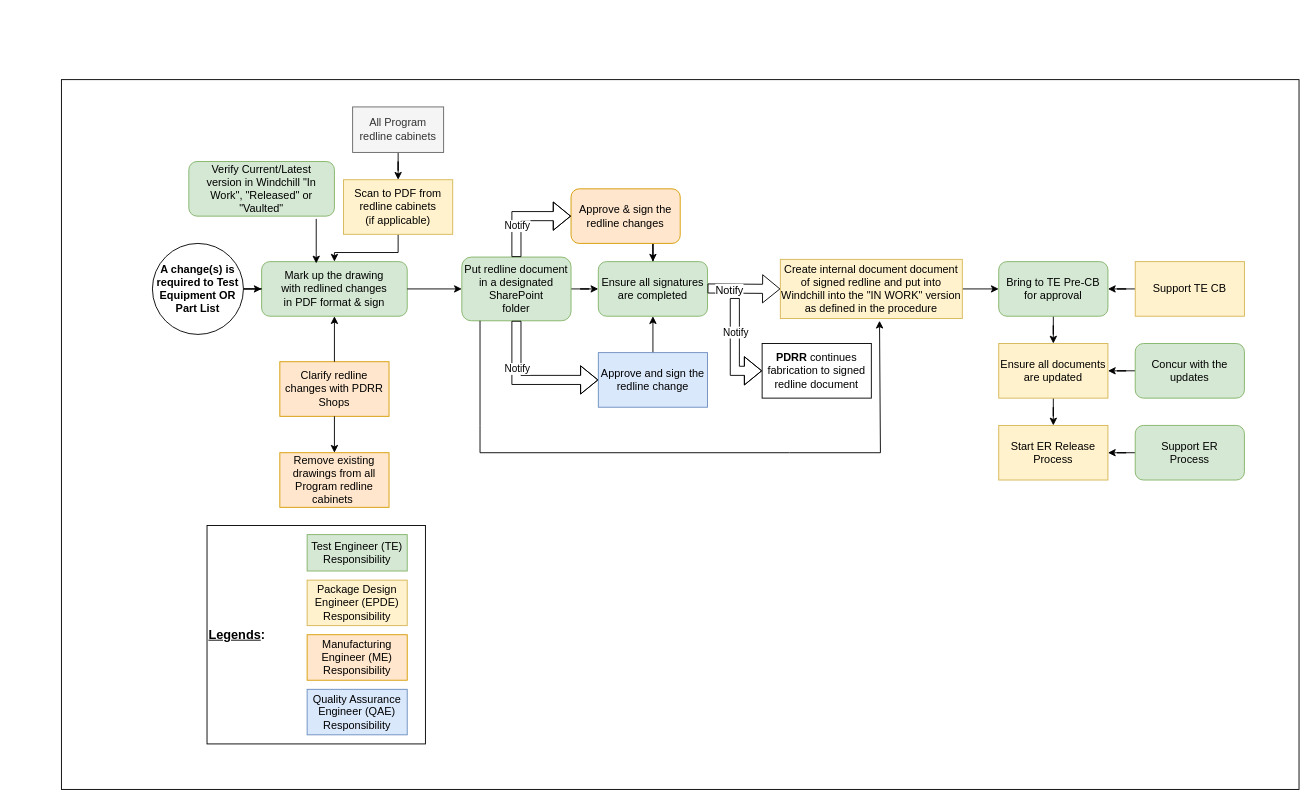
Above: Untitled Diagram.drawio in lnguyen921/UTA (draw.io), before the change. Source tidied: cells renumbered, new cells numbered last; positions are measured from the earlier drawing's top-left corner, leaving out a move shared by most shapes. Both pictures are drawn from the tidied source at 91%, with x=0, y=0 at pixel (61, 79).
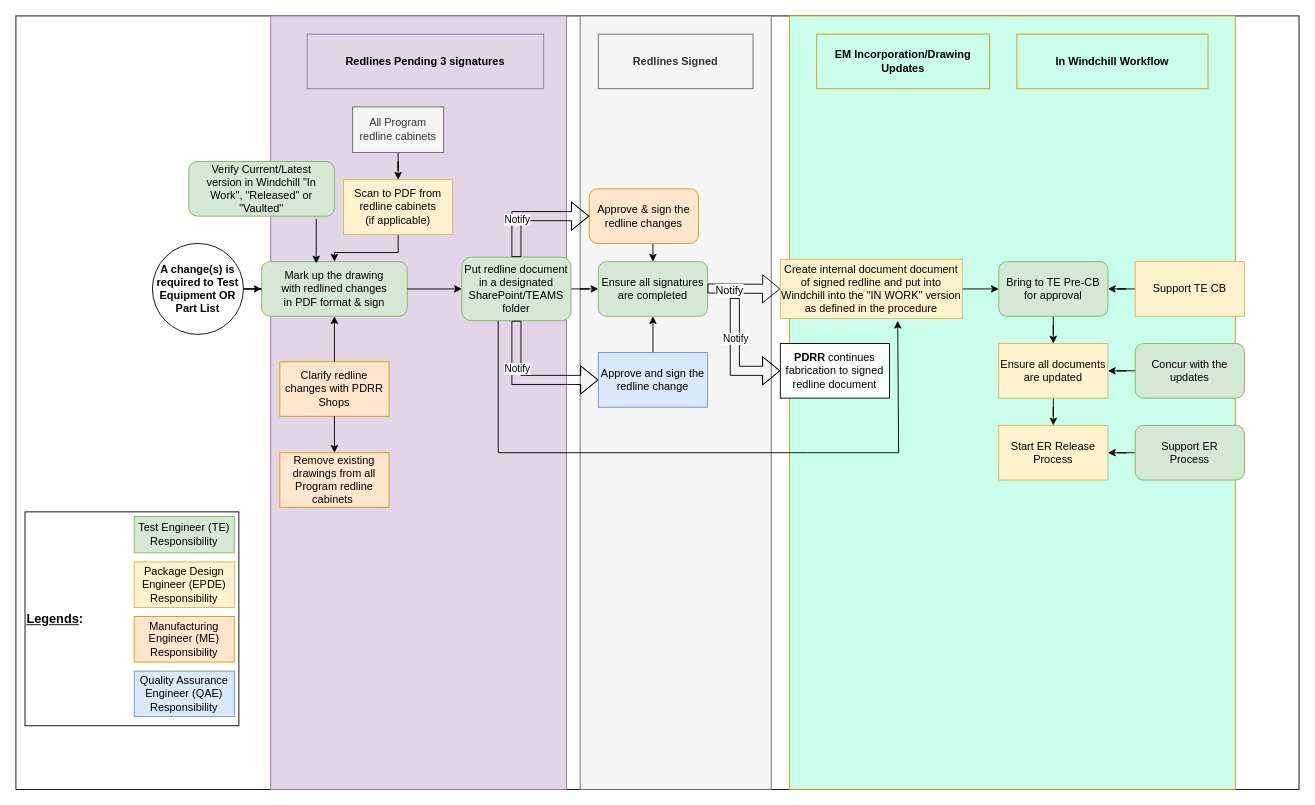
The same page after the edit.

Unchanged cells that the change refers to:
```xml
<mxCell id="21" value="Ensure all signatures are completed" style="whiteSpace=wrap;html=1;fillColor=#d5e8d4;strokeColor=#82b366;rounded=1;glass=0;strokeWidth=1;shadow=0;" parent="1" vertex="1">
  <mxGeometry x="590" y="200" width="120" height="60" as="geometry" />
</mxCell>
<mxCell id="23" value="Create internal document document of signed redline and put into Windchill into the &quot;IN WORK&quot; version as defined in the procedure" style="rounded=0;whiteSpace=wrap;html=1;fillColor=#fff2cc;strokeColor=#d6b656;" parent="1" vertex="1">
  <mxGeometry x="790" y="197.5" width="200" height="65" as="geometry" />
</mxCell>
```

The edit, as a diff of the source:
```diff
@@
     <mxCell id="2" style="rounded=0;whiteSpace=wrap;html=1;" parent="1" vertex="1">
-      <mxGeometry width="1360" height="780" as="geometry" />
+      <mxGeometry x="-50" y="-70" width="1410" height="850" as="geometry" />
     </mxCell>
+    <mxCell id="52" style="rounded=0;whiteSpace=wrap;html=1;fillColor=#C9FDEC;strokeColor=#d79b00;" parent="1" vertex="1">
+      <mxGeometry x="800" y="-70" width="490" height="850" as="geometry" />
+    </mxCell>
+    <mxCell id="53" style="rounded=0;whiteSpace=wrap;html=1;fillColor=#f5f5f5;fontColor=#333333;strokeColor=#666666;" parent="1" vertex="1">
+      <mxGeometry x="570" y="-70" width="210" height="850" as="geometry" />
+    </mxCell>
+    <mxCell id="54" style="rounded=0;whiteSpace=wrap;html=1;fillColor=#e1d5e7;strokeColor=#9673a6;rotation=-90;" parent="1" vertex="1">
+      <mxGeometry x="-32.5" y="192.5" width="850" height="325" as="geometry" />
+    </mxCell>
@@
-    <mxCell id="5" value="Put redline document in a designated&lt;div&gt;SharePoint&lt;/div&gt;&lt;div&gt;folder&lt;/div&gt;" style="rounded=1;whiteSpace=wrap;html=1;fontSize=12;glass=0;strokeWidth=1;shadow=0;fillColor=#d5e8d4;strokeColor=#82b366;" parent="1" vertex="1">
+    <mxCell id="5" value="Put redline document in a designated&lt;div&gt;SharePoint/TEAMS&lt;/div&gt;&lt;div&gt;folder&lt;/div&gt;" style="rounded=1;whiteSpace=wrap;html=1;fontSize=12;glass=0;strokeWidth=1;shadow=0;fillColor=#d5e8d4;strokeColor=#82b366;" parent="1" vertex="1">
       <mxGeometry x="440" y="195" width="120" height="70" as="geometry" />
     </mxCell>
@@
     <mxCell id="19" style="edgeStyle=orthogonalEdgeStyle;rounded=0;jettySize=auto;html=1;exitX=0.25;exitY=0;exitDx=0;exitDy=0;" parent="1" edge="1" source="20" target="21">
-      <mxGeometry relative="1" as="geometry" />
+      <mxGeometry relative="1" as="geometry">
+        <Array as="points">
+          <mxPoint x="650" y="180" />
+        </Array>
+      </mxGeometry>
     </mxCell>
     <mxCell id="20" value="Approve &amp;amp; sign the redline changes" style="whiteSpace=wrap;html=1;fillColor=#ffe6cc;strokeColor=#d79b00;rounded=1;glass=0;strokeWidth=1;shadow=0;direction=west;" parent="1" vertex="1">
-      <mxGeometry x="560" y="120" width="120" height="60" as="geometry" />
+      <mxGeometry x="580" y="120" width="120" height="60" as="geometry" />
     </mxCell>
@@
-    <mxCell id="30" style="endArrow=classic;html=1;rounded=0;entryX=0.545;entryY=1.038;entryDx=0;entryDy=0;entryPerimeter=0;" parent="1" edge="1" target="23">
+    <mxCell id="30" style="endArrow=classic;html=1;rounded=0;entryX=0.545;entryY=1.038;entryDx=0;entryDy=0;entryPerimeter=0;" parent="1" edge="1">
       <mxGeometry relative="1" as="geometry">
-        <mxPoint x="460" y="265" as="sourcePoint" />
+        <mxPoint x="480" y="265" as="sourcePoint" />
+        <mxPoint x="919" y="265" as="targetPoint" />
         <Array as="points">
-          <mxPoint x="460" y="380" />
-          <mxPoint x="460" y="410" />
-          <mxPoint x="800" y="410" />
-          <mxPoint x="900" y="410" />
+          <mxPoint x="480" y="380" />
+          <mxPoint x="480" y="410" />
+          <mxPoint x="820" y="410" />
+          <mxPoint x="920" y="410" />
         </Array>
       </mxGeometry>
     </mxCell>
     <mxCell id="31" value="&lt;b&gt;PDRR &lt;/b&gt;continues fabrication to signed redline document" style="rounded=0;whiteSpace=wrap;html=1;" parent="1" vertex="1">
-      <mxGeometry x="770" y="290" width="120" height="60" as="geometry" />
+      <mxGeometry x="790" y="290" width="120" height="60" as="geometry" />
     </mxCell>
@@
-    <mxCell id="45" style="shape=flexArrow;endArrow=classic;html=1;rounded=0;exitX=0.5;exitY=0;exitDx=0;exitDy=0;entryX=0;entryY=0.5;entryDx=0;entryDy=0;" parent="1" edge="1" source="5">
+    <mxCell id="45" style="shape=flexArrow;endArrow=classic;html=1;rounded=0;exitX=0.5;exitY=0;exitDx=0;exitDy=0;entryX=1;entryY=0.5;entryDx=0;entryDy=0;" parent="1" edge="1" source="5" target="20">
       <mxGeometry relative="1" as="geometry">
-        <mxPoint x="560" y="150" as="targetPoint" />
         <Array as="points">
           <mxPoint x="500" y="150" />
         </Array>
       </mxGeometry>
     </mxCell>
@@
     <mxCell id="47" value="&lt;font style=&quot;font-size: 14px;&quot;&gt;&lt;b&gt;&lt;u&gt;Legends&lt;/u&gt;:&lt;/b&gt;&lt;/font&gt;" style="whiteSpace=wrap;html=1;align=left;" parent="1" vertex="1">
-      <mxGeometry x="160" y="490" width="240" height="240" as="geometry" />
+      <mxGeometry x="-40" y="475" width="235" height="235" as="geometry" />
     </mxCell>
     <mxCell id="48" value="Test Engineer (TE) Responsibility" style="rounded=0;whiteSpace=wrap;html=1;fillColor=#d5e8d4;strokeColor=#82b366;" parent="1" vertex="1">
-      <mxGeometry x="270" y="500" width="110" height="40" as="geometry" />
+      <mxGeometry x="80" y="480" width="110" height="40" as="geometry" />
     </mxCell>
     <mxCell id="49" value="Package Design Engineer (EPDE) Responsibility" style="rounded=0;whiteSpace=wrap;html=1;fillColor=#fff2cc;strokeColor=#d6b656;" parent="1" vertex="1">
-      <mxGeometry x="270" y="550" width="110" height="50" as="geometry" />
+      <mxGeometry x="80" y="530" width="110" height="50" as="geometry" />
     </mxCell>
     <mxCell id="50" value="Manufacturing Engineer (ME) Responsibility" style="rounded=0;whiteSpace=wrap;html=1;fillColor=#ffe6cc;strokeColor=#d79b00;" parent="1" vertex="1">
-      <mxGeometry x="270" y="610" width="110" height="50" as="geometry" />
+      <mxGeometry x="80" y="590" width="110" height="50" as="geometry" />
     </mxCell>
     <mxCell id="51" value="Quality Assurance Engineer (QAE) Responsibility" style="rounded=0;whiteSpace=wrap;html=1;fillColor=#dae8fc;strokeColor=#6c8ebf;" parent="1" vertex="1">
-      <mxGeometry x="270" y="670" width="110" height="50" as="geometry" />
+      <mxGeometry x="80" y="650" width="110" height="50" as="geometry" />
     </mxCell>
+    <mxCell id="55" value="&lt;b&gt;Redlines Pending 3 signatures&lt;/b&gt;" style="rounded=0;whiteSpace=wrap;html=1;fillColor=#e1d5e7;strokeColor=#9673a6;" parent="1" vertex="1">
+      <mxGeometry x="270" y="-50" width="260" height="60" as="geometry" />
+    </mxCell>
+    <mxCell id="56" value="&lt;b&gt;Redlines Signed&lt;/b&gt;" style="rounded=0;whiteSpace=wrap;html=1;fillColor=#f5f5f5;fontColor=#333333;strokeColor=#666666;" parent="1" vertex="1">
+      <mxGeometry x="590" y="-50" width="170" height="60" as="geometry" />
+    </mxCell>
+    <mxCell id="57" value="&lt;b&gt;EM Incorporation/Drawing Updates&lt;/b&gt;" style="rounded=0;whiteSpace=wrap;html=1;fillColor=#C9FDEC;strokeColor=#d79b00;" parent="1" vertex="1">
+      <mxGeometry x="830" y="-50" width="190" height="60" as="geometry" />
+    </mxCell>
+    <mxCell id="58" value="&lt;b&gt;In Windchill Workflow&lt;/b&gt;" style="rounded=0;whiteSpace=wrap;html=1;fillColor=#C9FDEC;strokeColor=#d79b00;" parent="1" vertex="1">
+      <mxGeometry x="1050" y="-50" width="210" height="60" as="geometry" />
+    </mxCell>
```
